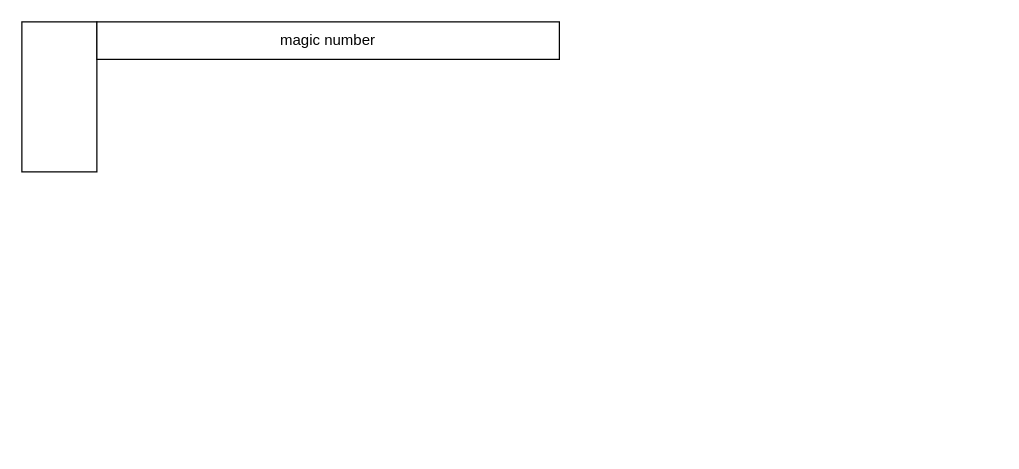
The draw.io diagram 程序员的自我修养/elf.drawio in SWJTUjch/obsidian, before the edit. Source tidied: cells renumbered, new cells numbered last; positions are measured from the earlier drawing's top-left corner, leaving out a move shared by most shapes. Both pictures are drawn from the tidied source at 125%, with x=0, y=0 at pixel (21, 21).
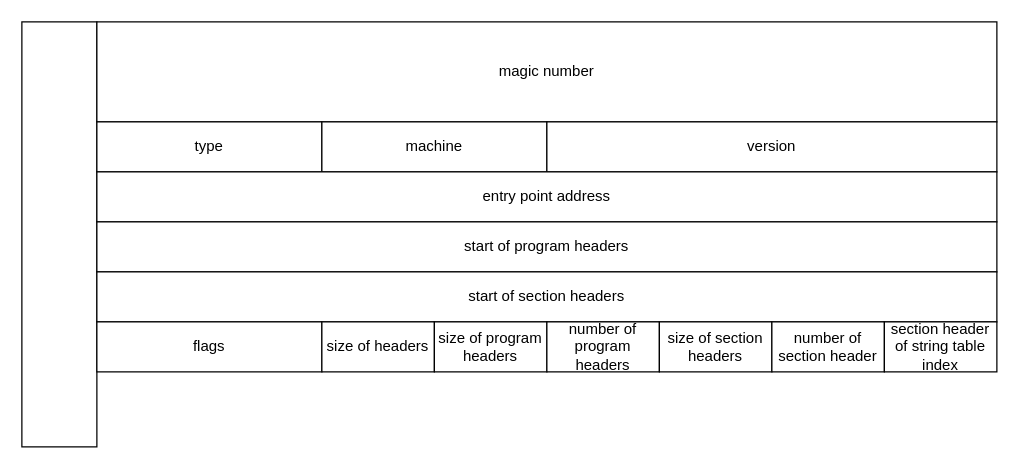
After the change.

What changed in the source:
```diff
@@
 <mxGraphModel>
   <root>
     <mxCell id="0" />
     <mxCell id="1" parent="0" />
     <mxCell id="2" style="rounded=0;whiteSpace=wrap;html=1;" parent="1" vertex="1">
-      <mxGeometry width="60" height="120" as="geometry" />
+      <mxGeometry width="60" height="340" as="geometry" />
     </mxCell>
     <mxCell id="3" value="magic number" style="rounded=0;whiteSpace=wrap;html=1;" parent="1" vertex="1">
-      <mxGeometry x="60" width="370" height="30" as="geometry" />
+      <mxGeometry x="60" width="720" height="80" as="geometry" />
     </mxCell>
+    <mxCell id="4" value="type" style="rounded=0;whiteSpace=wrap;html=1;" parent="1" vertex="1">
+      <mxGeometry x="60" y="80" width="180" height="40" as="geometry" />
+    </mxCell>
+    <mxCell id="5" value="machine" style="rounded=0;whiteSpace=wrap;html=1;" parent="1" vertex="1">
+      <mxGeometry x="240" y="80" width="180" height="40" as="geometry" />
+    </mxCell>
+    <mxCell id="6" value="version" style="rounded=0;whiteSpace=wrap;html=1;" parent="1" vertex="1">
+      <mxGeometry x="420" y="80" width="360" height="40" as="geometry" />
+    </mxCell>
+    <mxCell id="7" value="entry point address" style="rounded=0;whiteSpace=wrap;html=1;" parent="1" vertex="1">
+      <mxGeometry x="60" y="120" width="720" height="40" as="geometry" />
+    </mxCell>
+    <mxCell id="8" value="start of program headers" style="rounded=0;whiteSpace=wrap;html=1;" parent="1" vertex="1">
+      <mxGeometry x="60" y="160" width="720" height="40" as="geometry" />
+    </mxCell>
+    <mxCell id="9" value="start of section headers" style="rounded=0;whiteSpace=wrap;html=1;" parent="1" vertex="1">
+      <mxGeometry x="60" y="200" width="720" height="40" as="geometry" />
+    </mxCell>
+    <mxCell id="10" value="flags" style="rounded=0;whiteSpace=wrap;html=1;" parent="1" vertex="1">
+      <mxGeometry x="60" y="240" width="180" height="40" as="geometry" />
+    </mxCell>
+    <mxCell id="11" value="size of headers" style="rounded=0;whiteSpace=wrap;html=1;" parent="1" vertex="1">
+      <mxGeometry x="240" y="240" width="90" height="40" as="geometry" />
+    </mxCell>
+    <mxCell id="12" value="&lt;font style=&quot;line-height: 120% ; font-size: 12px&quot;&gt;size of program headers&lt;/font&gt;" style="rounded=0;whiteSpace=wrap;html=1;" parent="1" vertex="1">
+      <mxGeometry x="330" y="240" width="90" height="40" as="geometry" />
+    </mxCell>
+    <mxCell id="13" value="&lt;font style=&quot;line-height: 120% ; font-size: 12px&quot;&gt;number of program headers&lt;/font&gt;" style="rounded=0;whiteSpace=wrap;html=1;" parent="1" vertex="1">
+      <mxGeometry x="420" y="240" width="90" height="40" as="geometry" />
+    </mxCell>
+    <mxCell id="14" value="&lt;font style=&quot;line-height: 120% ; font-size: 12px&quot;&gt;size of section headers&lt;/font&gt;" style="rounded=0;whiteSpace=wrap;html=1;" parent="1" vertex="1">
+      <mxGeometry x="510" y="240" width="90" height="40" as="geometry" />
+    </mxCell>
+    <mxCell id="15" value="&lt;font style=&quot;line-height: 120% ; font-size: 12px&quot;&gt;number of section header&lt;/font&gt;" style="rounded=0;whiteSpace=wrap;html=1;" parent="1" vertex="1">
+      <mxGeometry x="600" y="240" width="90" height="40" as="geometry" />
+    </mxCell>
+    <mxCell id="16" value="&lt;font style=&quot;line-height: 120% ; font-size: 12px&quot;&gt;section header of string table index&lt;/font&gt;" style="rounded=0;whiteSpace=wrap;html=1;" parent="1" vertex="1">
+      <mxGeometry x="690" y="240" width="90" height="40" as="geometry" />
+    </mxCell>
   </root>
 </mxGraphModel>
```
